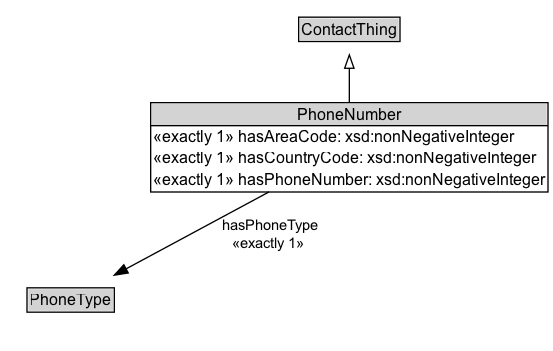
This is docs/diagrams/PhoneNumber.dot.png from ISO-TC204/ontology-cdm-p2-v1, a Graphviz export, as it was before one commit. Its source is kept beside it as docs/diagrams/PhoneNumber.dot. Its diagram source:
```dot
digraph {
	graph [overlap=false rankdir=TB splines=true]
	node [fontname=Arial fontsize=12 margin=0 shape=none]
	edge [fontname=Arial fontsize=11]
	{
		rank=max
		PhoneNumber [label=<<TABLE BORDER="1" CELLBORDER="0" CELLSPACING="0" CELLPADDING="1"><TR><TD BGCOLOR="lightgray" ALIGN="CENTER" PORT="e">PhoneNumber</TD></TR><HR/><TR><TD ALIGN="LEFT">«exactly 1» hasAreaCode: xsd:nonNegativeInteger</TD></TR><TR><TD ALIGN="LEFT">«exactly 1» hasCountryCode: xsd:nonNegativeInteger</TD></TR><TR><TD ALIGN="LEFT">«exactly 1» hasPhoneNumber: xsd:nonNegativeInteger</TD></TR></TABLE>> URL="../PhoneNumber.md" margin=0]
	}
	subgraph cluster_associated {
		label="" style=invis
		Invis [label=<<TABLE BORDER="0" CELLBORDER="0" CELLSPACING="0" CELLPADDING="1"><TR><TD></TD></TR></TABLE>> margin=0 style=invis]
		PhoneType [label=<<TABLE BORDER="1" CELLBORDER="0" CELLSPACING="0" CELLPADDING="1"><TR><TD BGCOLOR="lightgray" ALIGN="CENTER">PhoneType</TD></TR></TABLE>> URL="../PhoneType.md" margin=0]
	}
	ContactThing [label=<<TABLE BORDER="1" CELLBORDER="0" CELLSPACING="0" CELLPADDING="1"><TR><TD BGCOLOR="lightgray" ALIGN="CENTER">ContactThing</TD></TR></TABLE>> URL="../ContactThing.md" margin=0]
	PhoneNumber -> ContactThing [arrowhead=onormal style=solid]
	PhoneNumber -> Invis [style=invis]
	Invis -> PhoneType [style=invis]
	PhoneNumber -> PhoneType [label=" hasPhoneType
 «exactly 1»  " arrowhead=normal style=solid]
}
```
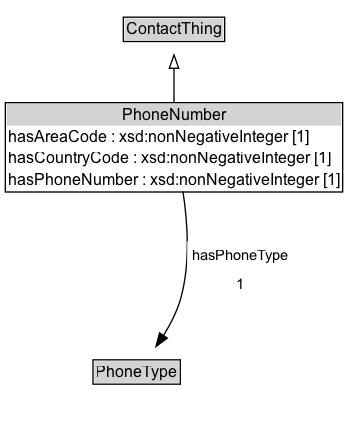
The same file after the commit.

What changed in the source:
```diff
@@ -3,18 +3,21 @@
 	node [fontname=Arial fontsize=12 margin=0 shape=none]
 	edge [fontname=Arial fontsize=11]
 	{
+		rank=source
+		ContactThing [label=<<TABLE BORDER="1" CELLBORDER="0" CELLSPACING="0" CELLPADDING="1"><TR><TD BGCOLOR="lightgray" ALIGN="CENTER">ContactThing</TD></TR></TABLE>> URL="../ContactThing" margin=0]
+	}
+	PhoneNumber [label=<<TABLE BORDER="1" CELLBORDER="0" CELLSPACING="0" CELLPADDING="1"><TR><TD BGCOLOR="lightgray" ALIGN="CENTER">PhoneNumber</TD></TR><TR><TD ALIGN="LEFT">hasAreaCode : xsd:nonNegativeInteger [1]</TD></TR><TR><TD ALIGN="LEFT">hasCountryCode : xsd:nonNegativeInteger [1]</TD></TR><TR><TD ALIGN="LEFT">hasPhoneNumber : xsd:nonNegativeInteger [1]</TD></TR></TABLE>> URL="../PhoneNumber" margin=0]
+	{
 		rank=max
-		PhoneNumber [label=<<TABLE BORDER="1" CELLBORDER="0" CELLSPACING="0" CELLPADDING="1"><TR><TD BGCOLOR="lightgray" ALIGN="CENTER" PORT="e">PhoneNumber</TD></TR><HR/><TR><TD ALIGN="LEFT">«exactly 1» hasAreaCode: xsd:nonNegativeInteger</TD></TR><TR><TD ALIGN="LEFT">«exactly 1» hasCountryCode: xsd:nonNegativeInteger</TD></TR><TR><TD ALIGN="LEFT">«exactly 1» hasPhoneNumber: xsd:nonNegativeInteger</TD></TR></TABLE>> URL="../PhoneNumber.md" margin=0]
 	}
 	subgraph cluster_associated {
 		label="" style=invis
 		Invis [label=<<TABLE BORDER="0" CELLBORDER="0" CELLSPACING="0" CELLPADDING="1"><TR><TD></TD></TR></TABLE>> margin=0 style=invis]
-		PhoneType [label=<<TABLE BORDER="1" CELLBORDER="0" CELLSPACING="0" CELLPADDING="1"><TR><TD BGCOLOR="lightgray" ALIGN="CENTER">PhoneType</TD></TR></TABLE>> URL="../PhoneType.md" margin=0]
+		PhoneType [label=<<TABLE BORDER="1" CELLBORDER="0" CELLSPACING="0" CELLPADDING="1"><TR><TD BGCOLOR="lightgray" ALIGN="CENTER">PhoneType</TD></TR></TABLE>> URL="../PhoneType" margin=0]
 	}
-	ContactThing [label=<<TABLE BORDER="1" CELLBORDER="0" CELLSPACING="0" CELLPADDING="1"><TR><TD BGCOLOR="lightgray" ALIGN="CENTER">ContactThing</TD></TR></TABLE>> URL="../ContactThing.md" margin=0]
 	PhoneNumber -> ContactThing [arrowhead=onormal style=solid]
 	PhoneNumber -> Invis [style=invis]
 	Invis -> PhoneType [style=invis]
-	PhoneNumber -> PhoneType [label=" hasPhoneType
- «exactly 1»  " arrowhead=normal style=solid]
+	PhoneType [label=<<TABLE BORDER="1" CELLBORDER="0" CELLSPACING="0" CELLPADDING="1"><TR><TD BGCOLOR="lightgray" ALIGN="CENTER">PhoneType</TD></TR></TABLE>> URL="../PhoneType" margin=0]
+	PhoneNumber -> PhoneType [label=<<TABLE BORDER="0" CELLBORDER="0" CELLSPACING="0" CELLPADDING="4" BGCOLOR="white"><TR><TD ALIGN="CENTER">hasPhoneType</TD></TR><TR><TD ALIGN="CENTER">1</TD></TR></TABLE>> arrowhead=normal style=solid]
 }
```
